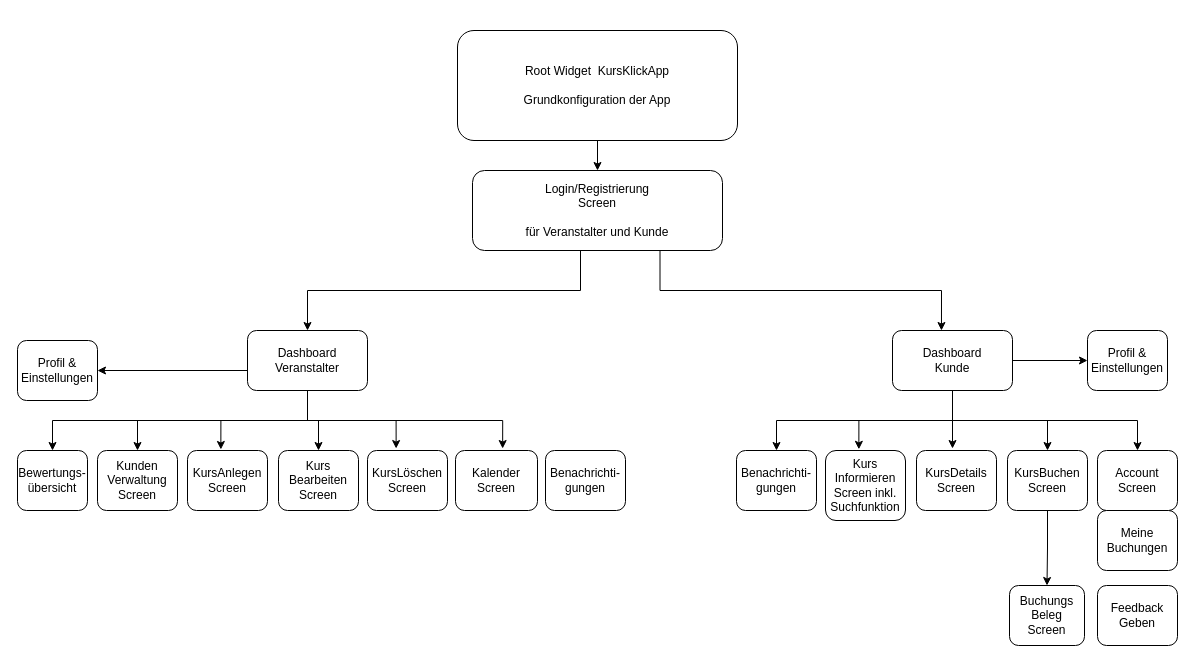
Above: KursKlick.drawio in CorinaGo/KursKlickApp (draw.io), before the change. Source tidied: cells renumbered, new cells numbered last; positions are measured from the earlier drawing's top-left corner, leaving out a move shared by most shapes. Both pictures are drawn from the tidied source at 100%, with x=0, y=0 at pixel (17, 30).
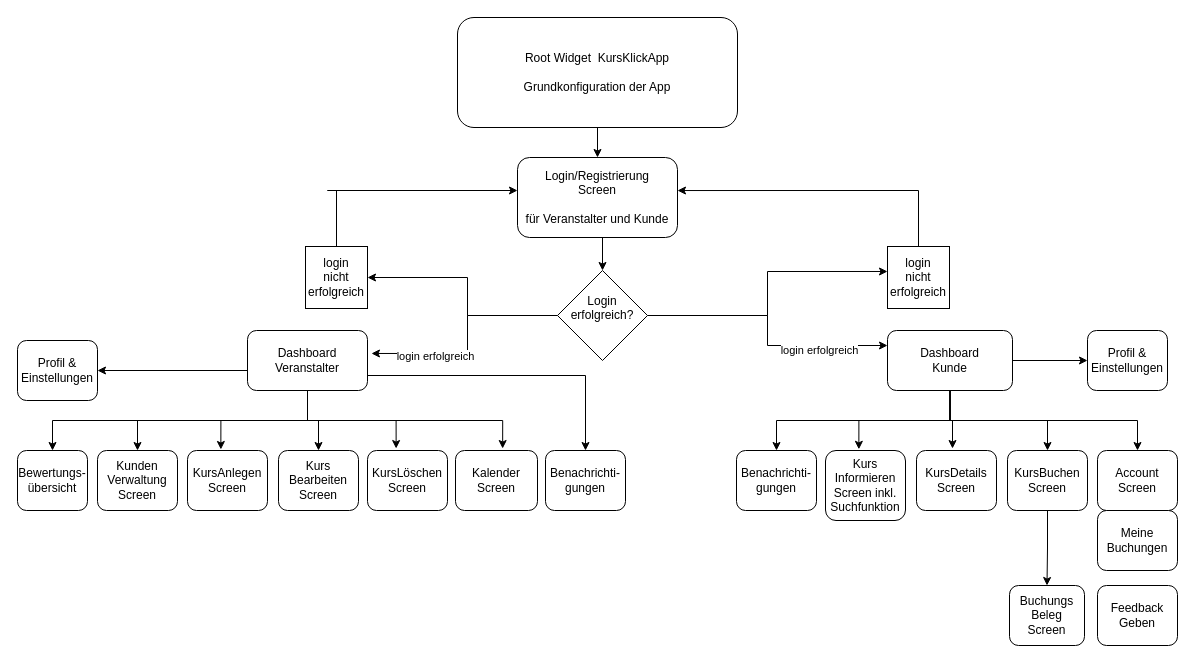
The same page after the edit.

The change refers to these unchanged cells:
```xml
<mxCell id="14" value="Dashboard&lt;br&gt;Veranstalter" style="rounded=1;whiteSpace=wrap;html=1;" parent="1" vertex="1">
  <mxGeometry x="230" y="300" width="120" height="60" as="geometry" />
</mxCell>
<mxCell id="34" value="Benachrichti-gungen" style="rounded=1;whiteSpace=wrap;html=1;" parent="1" vertex="1">
  <mxGeometry x="528" y="420" width="80" height="60" as="geometry" />
</mxCell>
```

The edit, as a diff of the source:
```diff
@@
     <mxCell id="3" value="Root Widget&amp;nbsp; KursKlickApp&lt;br&gt;&lt;br&gt;Grundkonfiguration der App" style="rounded=1;whiteSpace=wrap;html=1;" parent="1" vertex="1">
-      <mxGeometry x="440" width="280" height="110" as="geometry" />
+      <mxGeometry x="440" y="-13" width="280" height="110" as="geometry" />
     </mxCell>
-    <mxCell id="4" style="edgeStyle=orthogonalEdgeStyle;rounded=0;jettySize=auto;html=1;exitX=0.25;exitY=1;exitDx=0;exitDy=0;entryX=0.5;entryY=0;entryDx=0;entryDy=0;" parent="1" edge="1" source="6" target="14">
-      <mxGeometry relative="1" as="geometry">
-        <Array as="points">
-          <mxPoint x="563" y="260" />
-          <mxPoint x="290" y="260" />
-        </Array>
-      </mxGeometry>
-    </mxCell>
-    <mxCell id="5" style="edgeStyle=orthogonalEdgeStyle;rounded=0;jettySize=auto;html=1;exitX=0.75;exitY=1;exitDx=0;exitDy=0;entryX=0.408;entryY=0;entryDx=0;entryDy=0;entryPerimeter=0;" parent="1" edge="1" source="6" target="21">
-      <mxGeometry relative="1" as="geometry" />
-    </mxCell>
+    <mxCell id="40" style="edgeStyle=orthogonalEdgeStyle;rounded=0;jettySize=auto;html=1;exitX=0.5;exitY=1;exitDx=0;exitDy=0;entryX=0.5;entryY=0;entryDx=0;entryDy=0;" parent="1" edge="1" source="6" target="49">
+      <mxGeometry relative="1" as="geometry" />
+    </mxCell>
     <mxCell id="6" value="Login/Registrierung&lt;br&gt;Screen&lt;br&gt;&lt;br&gt;für Veranstalter und Kunde" style="rounded=1;whiteSpace=wrap;html=1;" parent="1" vertex="1">
-      <mxGeometry x="455" y="140" width="250" height="80" as="geometry" />
+      <mxGeometry x="500" y="127" width="160" height="80" as="geometry" />
     </mxCell>
@@
+    <mxCell id="41" style="edgeStyle=orthogonalEdgeStyle;rounded=0;jettySize=auto;html=1;exitX=1;exitY=0.75;exitDx=0;exitDy=0;entryX=0.5;entryY=0;entryDx=0;entryDy=0;" parent="1" edge="1" source="14" target="34">
+      <mxGeometry relative="1" as="geometry" />
+    </mxCell>
@@
     <mxCell id="21" value="Dashboard&lt;br&gt;Kunde" style="rounded=1;whiteSpace=wrap;html=1;" parent="1" vertex="1">
-      <mxGeometry x="875" y="300" width="120" height="60" as="geometry" />
+      <mxGeometry x="870" y="300" width="125" height="60" as="geometry" />
     </mxCell>
@@
+    <mxCell id="42" style="edgeStyle=orthogonalEdgeStyle;rounded=0;orthogonalLoop=1;jettySize=auto;html=1;entryX=0.5;entryY=0;entryDx=0;entryDy=0;" parent="1" edge="1">
+      <mxGeometry relative="1" as="geometry">
+        <mxPoint x="488" y="250" as="sourcePoint" />
+        <mxPoint x="488" y="250" as="targetPoint" />
+      </mxGeometry>
+    </mxCell>
+    <mxCell id="43" style="edgeStyle=orthogonalEdgeStyle;rounded=0;jettySize=auto;html=1;exitX=1;exitY=0.5;exitDx=0;exitDy=0;entryX=0;entryY=0.25;entryDx=0;entryDy=0;" parent="1" edge="1" source="49" target="21">
+      <mxGeometry relative="1" as="geometry" />
+    </mxCell>
+    <mxCell id="44" value="login erfolgreich" style="edgeLabel;html=1;align=center;verticalAlign=middle;" parent="43" vertex="1">
+      <mxGeometry x="0.49" y="-4" relative="1" as="geometry" />
+    </mxCell>
+    <mxCell id="45" style="edgeStyle=orthogonalEdgeStyle;rounded=0;jettySize=auto;html=1;exitX=0;exitY=0.5;exitDx=0;exitDy=0;entryX=1.033;entryY=0.383;entryDx=0;entryDy=0;entryPerimeter=0;" parent="1" edge="1" source="49" target="14">
+      <mxGeometry relative="1" as="geometry">
+        <Array as="points">
+          <mxPoint x="450" y="285" />
+          <mxPoint x="450" y="323" />
+        </Array>
+      </mxGeometry>
+    </mxCell>
+    <mxCell id="46" value="login erfolgreich" style="edgeLabel;html=1;align=center;verticalAlign=middle;" parent="45" vertex="1">
+      <mxGeometry x="0.43" y="3" relative="1" as="geometry" />
+    </mxCell>
+    <mxCell id="47" style="edgeStyle=orthogonalEdgeStyle;rounded=0;jettySize=auto;html=1;exitX=0;exitY=0.5;exitDx=0;exitDy=0;entryX=1;entryY=0.5;entryDx=0;entryDy=0;" parent="1" edge="1" source="49" target="53">
+      <mxGeometry relative="1" as="geometry">
+        <Array as="points">
+          <mxPoint x="450" y="285" />
+          <mxPoint x="450" y="247" />
+        </Array>
+      </mxGeometry>
+    </mxCell>
+    <mxCell id="48" style="edgeStyle=orthogonalEdgeStyle;rounded=0;jettySize=auto;html=1;exitX=1;exitY=0.5;exitDx=0;exitDy=0;entryX=0;entryY=0.403;entryDx=0;entryDy=0;entryPerimeter=0;" parent="1" edge="1" source="49" target="51">
+      <mxGeometry relative="1" as="geometry" />
+    </mxCell>
+    <mxCell id="49" value="&#10;Login erfolgreich?&#10;&#10;" style="rhombus;whiteSpace=wrap;html=1;" parent="1" vertex="1">
+      <mxGeometry x="540" y="240" width="90" height="90" as="geometry" />
+    </mxCell>
+    <mxCell id="50" style="edgeStyle=orthogonalEdgeStyle;rounded=0;jettySize=auto;html=1;exitX=0.5;exitY=0;exitDx=0;exitDy=0;entryX=1;entryY=0.413;entryDx=0;entryDy=0;entryPerimeter=0;" parent="1" edge="1" source="51" target="6">
+      <mxGeometry relative="1" as="geometry" />
+    </mxCell>
+    <mxCell id="51" value="&lt;div&gt;login&lt;/div&gt;&lt;div&gt;nicht&lt;/div&gt;&lt;div&gt;erfolgreich&lt;br&gt;&lt;/div&gt;" style="whiteSpace=wrap;html=1;" parent="1" vertex="1">
+      <mxGeometry x="870" y="216" width="62" height="62" as="geometry" />
+    </mxCell>
+    <mxCell id="52" style="edgeStyle=orthogonalEdgeStyle;rounded=0;jettySize=auto;html=1;exitX=0.5;exitY=0;exitDx=0;exitDy=0;" parent="1" edge="1" source="53">
+      <mxGeometry relative="1" as="geometry">
+        <mxPoint x="500" y="160" as="targetPoint" />
+        <Array as="points">
+          <mxPoint x="310" y="160" />
+          <mxPoint x="500" y="160" />
+        </Array>
+      </mxGeometry>
+    </mxCell>
+    <mxCell id="53" value="&lt;div&gt;login&lt;/div&gt;&lt;div&gt;nicht&lt;/div&gt;&lt;div&gt;erfolgreich&lt;br&gt;&lt;/div&gt;" style="whiteSpace=wrap;html=1;" parent="1" vertex="1">
+      <mxGeometry x="288" y="216" width="62" height="62" as="geometry" />
+    </mxCell>
```
